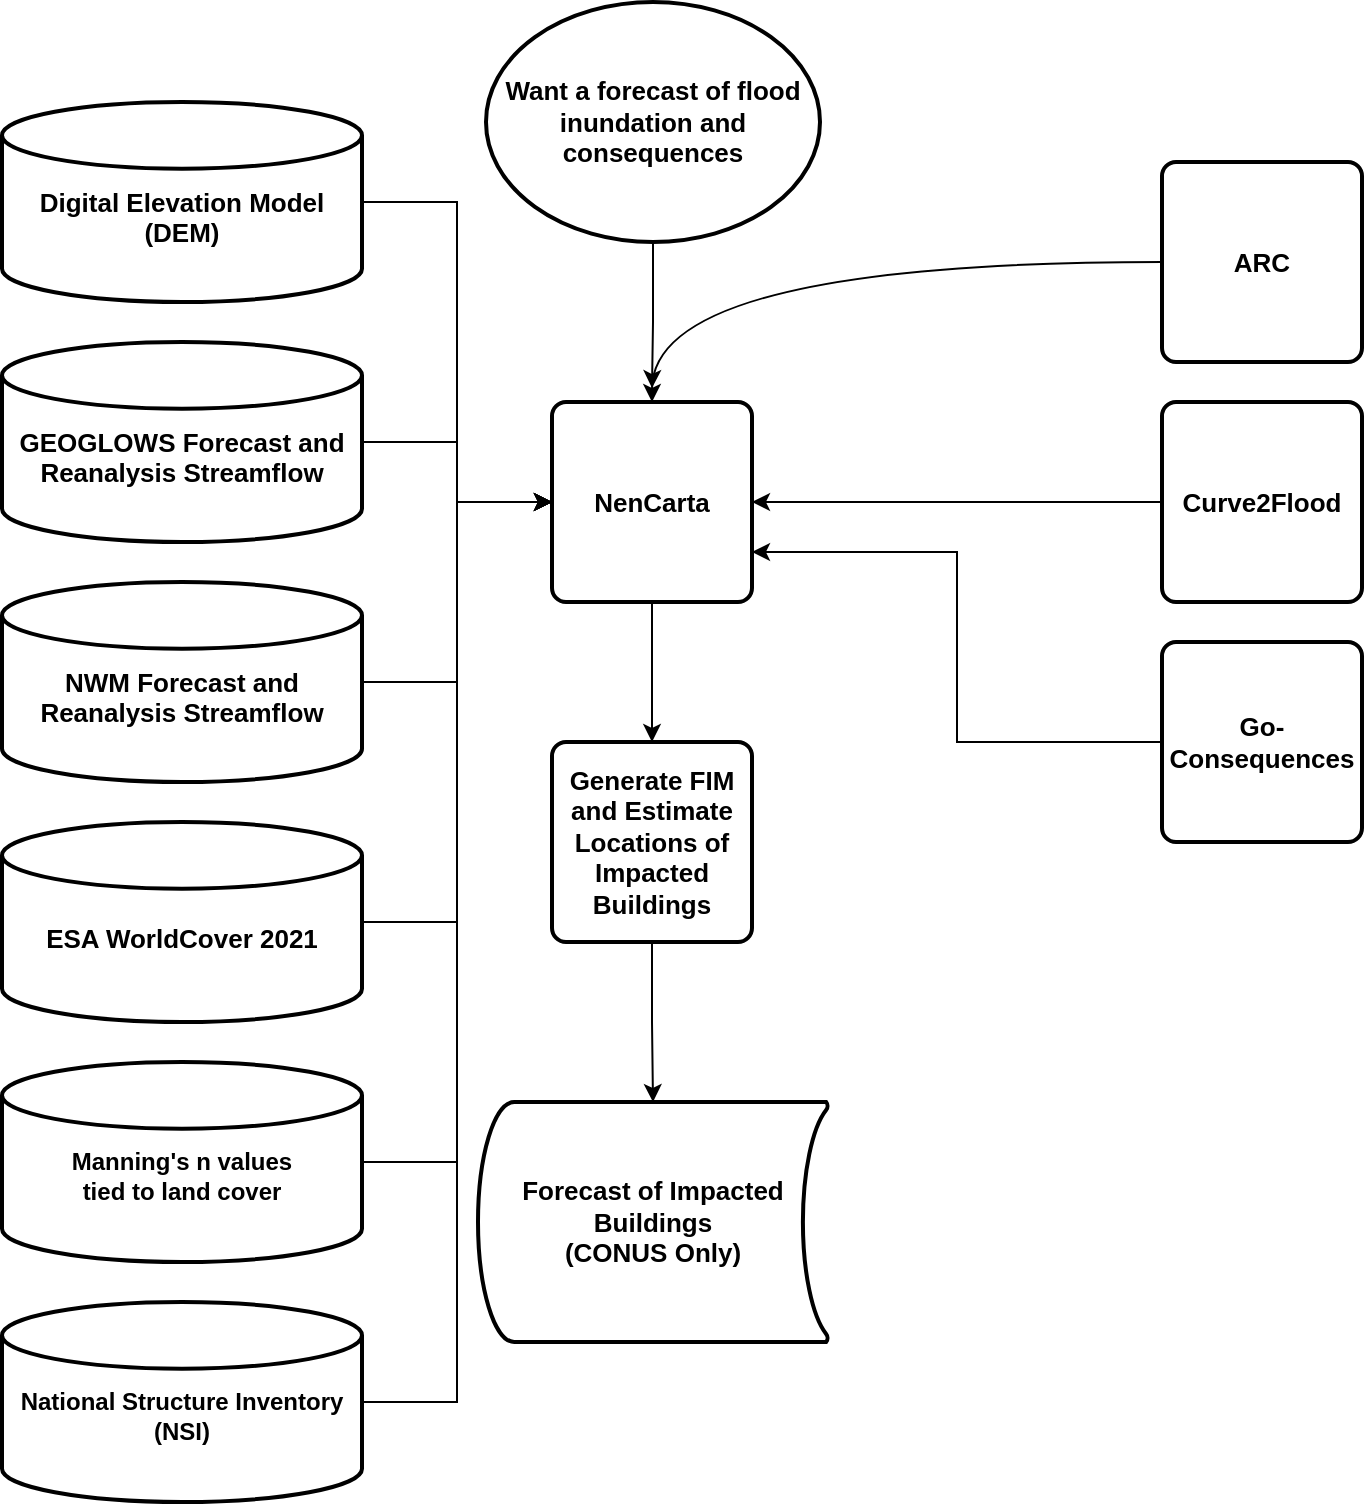
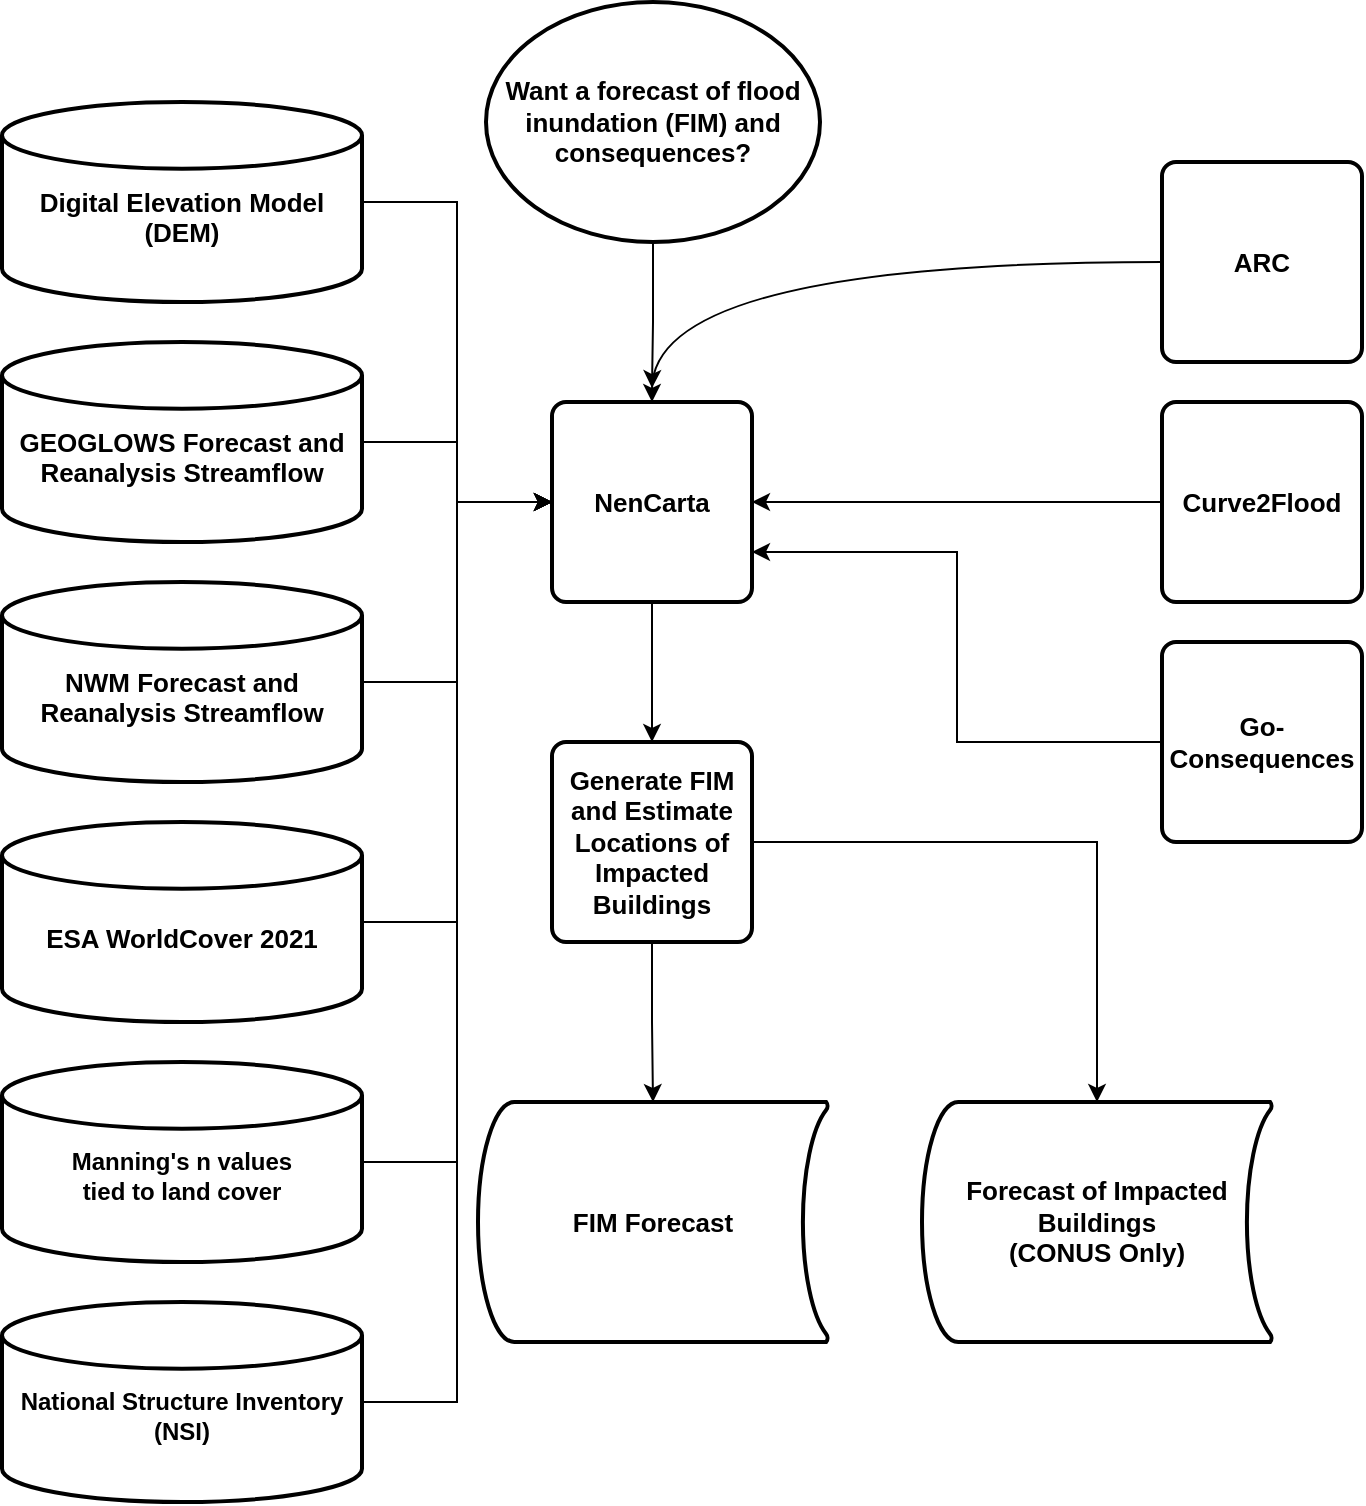
<mxfile host="app.diagrams.net" agent="Mozilla/5.0 (Windows NT 10.0; Win64; x64) AppleWebKit/537.36 (KHTML, like Gecko) Chrome/142.0.0.0 Safari/537.36" version="28.2.8">
  <diagram name="Page-1" id="rERJF2D1YIABF24GHqnC">
    <mxGraphModel dx="1426" dy="1877" grid="1" gridSize="10" guides="1" tooltips="1" connect="1" arrows="1" fold="1" page="1" pageScale="1" pageWidth="850" pageHeight="1100" math="0" shadow="0">
      <root>
        <mxCell id="0" />
        <mxCell id="1" parent="0" />
-         <mxCell id="NN2RdpUQW-DhD2QBmOeE-2" value="&lt;b&gt;&lt;font style=&quot;font-size: 13px;&quot;&gt;Want a forecast of flood inundation and consequences&lt;br&gt;&lt;/font&gt;&lt;/b&gt;" style="strokeWidth=2;html=1;shape=mxgraph.flowchart.start_1;whiteSpace=wrap;" parent="1" vertex="1">
+         <mxCell id="NN2RdpUQW-DhD2QBmOeE-2" value="&lt;b&gt;&lt;font style=&quot;font-size: 13px;&quot;&gt;Want a forecast of flood inundation (FIM) and consequences?&lt;br&gt;&lt;/font&gt;&lt;/b&gt;" style="strokeWidth=2;html=1;shape=mxgraph.flowchart.start_1;whiteSpace=wrap;" parent="1" vertex="1">
          <mxGeometry x="342" y="-30" width="167" height="120" as="geometry" />
        </mxCell>
        <mxCell id="NN2RdpUQW-DhD2QBmOeE-3" value="&lt;div&gt;&lt;b&gt;&lt;font style=&quot;font-size: 13px;&quot;&gt;&lt;br&gt;&lt;/font&gt;&lt;/b&gt;&lt;/div&gt;&lt;b&gt;&lt;font style=&quot;font-size: 13px;&quot;&gt;GEOGLOWS Forecast and Reanalysis Streamflow&lt;/font&gt;&lt;/b&gt;" style="strokeWidth=2;html=1;shape=mxgraph.flowchart.database;whiteSpace=wrap;" parent="1" vertex="1">
          <mxGeometry x="100" y="140" width="180" height="100" as="geometry" />
        </mxCell>
        <mxCell id="NN2RdpUQW-DhD2QBmOeE-14" style="edgeStyle=orthogonalEdgeStyle;rounded=0;orthogonalLoop=1;jettySize=auto;html=1;entryX=0;entryY=0.5;entryDx=0;entryDy=0;" parent="1" source="NN2RdpUQW-DhD2QBmOeE-4" target="NN2RdpUQW-DhD2QBmOeE-8" edge="1">
          <mxGeometry relative="1" as="geometry" />
        </mxCell>
        <mxCell id="NN2RdpUQW-DhD2QBmOeE-4" value="&lt;div&gt;&lt;b&gt;&lt;font style=&quot;font-size: 13px;&quot;&gt;&lt;br&gt;&lt;/font&gt;&lt;/b&gt;&lt;/div&gt;&lt;b&gt;&lt;font style=&quot;font-size: 13px;&quot;&gt;NWM Forecast and Reanalysis Streamflow&lt;/font&gt;&lt;/b&gt;" style="strokeWidth=2;html=1;shape=mxgraph.flowchart.database;whiteSpace=wrap;" parent="1" vertex="1">
          <mxGeometry x="100" y="260" width="180" height="100" as="geometry" />
        </mxCell>
        <mxCell id="NN2RdpUQW-DhD2QBmOeE-5" value="&lt;font style=&quot;font-size: 13px;&quot;&gt;&lt;b style=&quot;&quot;&gt;ARC&lt;/b&gt;&lt;/font&gt;" style="rounded=1;whiteSpace=wrap;html=1;absoluteArcSize=1;arcSize=14;strokeWidth=2;" parent="1" vertex="1">
          <mxGeometry x="680" y="50" width="100" height="100" as="geometry" />
        </mxCell>
        <mxCell id="NN2RdpUQW-DhD2QBmOeE-11" style="edgeStyle=orthogonalEdgeStyle;rounded=0;orthogonalLoop=1;jettySize=auto;html=1;" parent="1" source="NN2RdpUQW-DhD2QBmOeE-6" target="NN2RdpUQW-DhD2QBmOeE-8" edge="1">
          <mxGeometry relative="1" as="geometry" />
        </mxCell>
        <mxCell id="NN2RdpUQW-DhD2QBmOeE-6" value="&lt;font style=&quot;font-size: 13px;&quot;&gt;&lt;b style=&quot;&quot;&gt;Curve2Flood&lt;/b&gt;&lt;/font&gt;" style="rounded=1;whiteSpace=wrap;html=1;absoluteArcSize=1;arcSize=14;strokeWidth=2;" parent="1" vertex="1">
          <mxGeometry x="680" y="170" width="100" height="100" as="geometry" />
        </mxCell>
        <mxCell id="NN2RdpUQW-DhD2QBmOeE-12" style="edgeStyle=orthogonalEdgeStyle;rounded=0;orthogonalLoop=1;jettySize=auto;html=1;entryX=1;entryY=0.75;entryDx=0;entryDy=0;" parent="1" source="NN2RdpUQW-DhD2QBmOeE-7" target="NN2RdpUQW-DhD2QBmOeE-8" edge="1">
          <mxGeometry relative="1" as="geometry" />
        </mxCell>
        <mxCell id="NN2RdpUQW-DhD2QBmOeE-7" value="&lt;font style=&quot;font-size: 13px;&quot;&gt;&lt;b style=&quot;&quot;&gt;Go-Consequences&lt;/b&gt;&lt;/font&gt;" style="rounded=1;whiteSpace=wrap;html=1;absoluteArcSize=1;arcSize=14;strokeWidth=2;" parent="1" vertex="1">
          <mxGeometry x="680" y="290" width="100" height="100" as="geometry" />
        </mxCell>
        <mxCell id="NN2RdpUQW-DhD2QBmOeE-22" style="edgeStyle=orthogonalEdgeStyle;rounded=0;orthogonalLoop=1;jettySize=auto;html=1;" parent="1" source="NN2RdpUQW-DhD2QBmOeE-8" target="NN2RdpUQW-DhD2QBmOeE-21" edge="1">
          <mxGeometry relative="1" as="geometry" />
        </mxCell>
        <mxCell id="NN2RdpUQW-DhD2QBmOeE-8" value="&lt;font style=&quot;font-size: 13px;&quot;&gt;&lt;b style=&quot;&quot;&gt;NenCarta&lt;/b&gt;&lt;/font&gt;" style="rounded=1;whiteSpace=wrap;html=1;absoluteArcSize=1;arcSize=14;strokeWidth=2;" parent="1" vertex="1">
          <mxGeometry x="375" y="170" width="100" height="100" as="geometry" />
        </mxCell>
        <mxCell id="NN2RdpUQW-DhD2QBmOeE-9" style="edgeStyle=orthogonalEdgeStyle;rounded=0;orthogonalLoop=1;jettySize=auto;html=1;curved=1;" parent="1" source="NN2RdpUQW-DhD2QBmOeE-5" target="NN2RdpUQW-DhD2QBmOeE-8" edge="1">
          <mxGeometry relative="1" as="geometry" />
        </mxCell>
        <mxCell id="NN2RdpUQW-DhD2QBmOeE-10" style="edgeStyle=orthogonalEdgeStyle;rounded=0;orthogonalLoop=1;jettySize=auto;html=1;entryX=0.5;entryY=-0.07;entryDx=0;entryDy=0;entryPerimeter=0;" parent="1" source="NN2RdpUQW-DhD2QBmOeE-2" target="NN2RdpUQW-DhD2QBmOeE-8" edge="1">
          <mxGeometry relative="1" as="geometry" />
        </mxCell>
        <mxCell id="NN2RdpUQW-DhD2QBmOeE-13" style="edgeStyle=orthogonalEdgeStyle;rounded=0;orthogonalLoop=1;jettySize=auto;html=1;" parent="1" source="NN2RdpUQW-DhD2QBmOeE-3" target="NN2RdpUQW-DhD2QBmOeE-8" edge="1">
          <mxGeometry relative="1" as="geometry">
            <mxPoint x="360" y="190" as="targetPoint" />
          </mxGeometry>
        </mxCell>
        <mxCell id="NN2RdpUQW-DhD2QBmOeE-15" value="&lt;div&gt;&lt;b&gt;&lt;font style=&quot;font-size: 13px;&quot;&gt;&lt;br&gt;&lt;/font&gt;&lt;/b&gt;&lt;/div&gt;&lt;b&gt;&lt;font style=&quot;font-size: 13px;&quot;&gt;ESA WorldCover 2021&lt;/font&gt;&lt;/b&gt;" style="strokeWidth=2;html=1;shape=mxgraph.flowchart.database;whiteSpace=wrap;" parent="1" vertex="1">
          <mxGeometry x="100" y="380" width="180" height="100" as="geometry" />
        </mxCell>
        <mxCell id="NN2RdpUQW-DhD2QBmOeE-18" style="edgeStyle=orthogonalEdgeStyle;rounded=0;orthogonalLoop=1;jettySize=auto;html=1;entryX=0;entryY=0.5;entryDx=0;entryDy=0;" parent="1" source="NN2RdpUQW-DhD2QBmOeE-16" target="NN2RdpUQW-DhD2QBmOeE-8" edge="1">
          <mxGeometry relative="1" as="geometry" />
        </mxCell>
        <mxCell id="NN2RdpUQW-DhD2QBmOeE-16" value="&lt;div&gt;&lt;br&gt;&lt;/div&gt;&lt;div&gt;Manning&#39;s n values&lt;/div&gt;&lt;div&gt;tied to land cover&lt;/div&gt;" style="strokeWidth=2;html=1;shape=mxgraph.flowchart.database;whiteSpace=wrap;fontStyle=1" parent="1" vertex="1">
          <mxGeometry x="100" y="500" width="180" height="100" as="geometry" />
        </mxCell>
        <mxCell id="NN2RdpUQW-DhD2QBmOeE-17" style="edgeStyle=orthogonalEdgeStyle;rounded=0;orthogonalLoop=1;jettySize=auto;html=1;entryX=0;entryY=0.5;entryDx=0;entryDy=0;" parent="1" source="NN2RdpUQW-DhD2QBmOeE-15" target="NN2RdpUQW-DhD2QBmOeE-8" edge="1">
          <mxGeometry relative="1" as="geometry">
            <mxPoint x="450" y="480" as="targetPoint" />
          </mxGeometry>
        </mxCell>
        <mxCell id="NN2RdpUQW-DhD2QBmOeE-20" style="edgeStyle=orthogonalEdgeStyle;rounded=0;orthogonalLoop=1;jettySize=auto;html=1;entryX=0;entryY=0.5;entryDx=0;entryDy=0;" parent="1" source="NN2RdpUQW-DhD2QBmOeE-19" target="NN2RdpUQW-DhD2QBmOeE-8" edge="1">
          <mxGeometry relative="1" as="geometry" />
        </mxCell>
        <mxCell id="NN2RdpUQW-DhD2QBmOeE-19" value="&lt;div&gt;&lt;br&gt;&lt;/div&gt;&lt;div&gt;National Structure Inventory (NSI)&lt;/div&gt;" style="strokeWidth=2;html=1;shape=mxgraph.flowchart.database;whiteSpace=wrap;fontStyle=1" parent="1" vertex="1">
          <mxGeometry x="100" y="620" width="180" height="100" as="geometry" />
        </mxCell>
        <mxCell id="NN2RdpUQW-DhD2QBmOeE-24" style="edgeStyle=orthogonalEdgeStyle;rounded=0;orthogonalLoop=1;jettySize=auto;html=1;" parent="1" source="NN2RdpUQW-DhD2QBmOeE-21" target="NN2RdpUQW-DhD2QBmOeE-23" edge="1">
          <mxGeometry relative="1" as="geometry" />
        </mxCell>
+         <mxCell id="NCzAMqm5hZG2JVB7q9fb-2" style="edgeStyle=orthogonalEdgeStyle;rounded=0;orthogonalLoop=1;jettySize=auto;html=1;" edge="1" parent="1" source="NN2RdpUQW-DhD2QBmOeE-21" target="NCzAMqm5hZG2JVB7q9fb-1">
+           <mxGeometry relative="1" as="geometry" />
+         </mxCell>
        <mxCell id="NN2RdpUQW-DhD2QBmOeE-21" value="&lt;font style=&quot;font-size: 13px;&quot;&gt;&lt;b style=&quot;&quot;&gt;Generate FIM and Estimate Locations of Impacted Buildings&lt;/b&gt;&lt;/font&gt;" style="rounded=1;whiteSpace=wrap;html=1;absoluteArcSize=1;arcSize=14;strokeWidth=2;" parent="1" vertex="1">
          <mxGeometry x="375" y="340" width="100" height="100" as="geometry" />
        </mxCell>
-         <mxCell id="NN2RdpUQW-DhD2QBmOeE-23" value="&lt;font style=&quot;font-size: 13px;&quot;&gt;&lt;b&gt;Forecast of Impacted Buildings&lt;/b&gt;&lt;/font&gt;&lt;div&gt;&lt;font style=&quot;font-size: 13px;&quot;&gt;&lt;b&gt;(CONUS Only)&lt;/b&gt;&lt;/font&gt;&lt;/div&gt;" style="strokeWidth=2;html=1;shape=mxgraph.flowchart.stored_data;whiteSpace=wrap;" parent="1" vertex="1">
+         <mxCell id="NN2RdpUQW-DhD2QBmOeE-23" value="&lt;span style=&quot;font-size: 13px;&quot;&gt;&lt;b&gt;FIM Forecast&lt;/b&gt;&lt;/span&gt;" style="strokeWidth=2;html=1;shape=mxgraph.flowchart.stored_data;whiteSpace=wrap;" parent="1" vertex="1">
          <mxGeometry x="338" y="520" width="175" height="120" as="geometry" />
        </mxCell>
        <mxCell id="PJDw-Ws4KwC2r1LtV7Qj-2" style="edgeStyle=orthogonalEdgeStyle;rounded=0;orthogonalLoop=1;jettySize=auto;html=1;entryX=0;entryY=0.5;entryDx=0;entryDy=0;" parent="1" source="PJDw-Ws4KwC2r1LtV7Qj-1" target="NN2RdpUQW-DhD2QBmOeE-8" edge="1">
          <mxGeometry relative="1" as="geometry" />
        </mxCell>
        <mxCell id="PJDw-Ws4KwC2r1LtV7Qj-1" value="&lt;div&gt;&lt;font style=&quot;font-size: 13px;&quot;&gt;&lt;b&gt;&lt;br&gt;&lt;/b&gt;&lt;/font&gt;&lt;/div&gt;&lt;div&gt;&lt;b style=&quot;font-size: 13px; background-color: transparent; color: light-dark(rgb(0, 0, 0), rgb(255, 255, 255));&quot;&gt;Digital Elevation Model (DEM)&lt;/b&gt;&lt;/div&gt;" style="strokeWidth=2;html=1;shape=mxgraph.flowchart.database;whiteSpace=wrap;" parent="1" vertex="1">
          <mxGeometry x="100" y="20" width="180" height="100" as="geometry" />
        </mxCell>
+         <mxCell id="NCzAMqm5hZG2JVB7q9fb-1" value="&lt;font style=&quot;font-size: 13px;&quot;&gt;&lt;b&gt;Forecast of Impacted Buildings&lt;/b&gt;&lt;/font&gt;&lt;div&gt;&lt;font style=&quot;font-size: 13px;&quot;&gt;&lt;b&gt;(CONUS Only)&lt;/b&gt;&lt;/font&gt;&lt;/div&gt;" style="strokeWidth=2;html=1;shape=mxgraph.flowchart.stored_data;whiteSpace=wrap;" vertex="1" parent="1">
+           <mxGeometry x="560" y="520" width="175" height="120" as="geometry" />
+         </mxCell>
      </root>
    </mxGraphModel>
  </diagram>
</mxfile>
